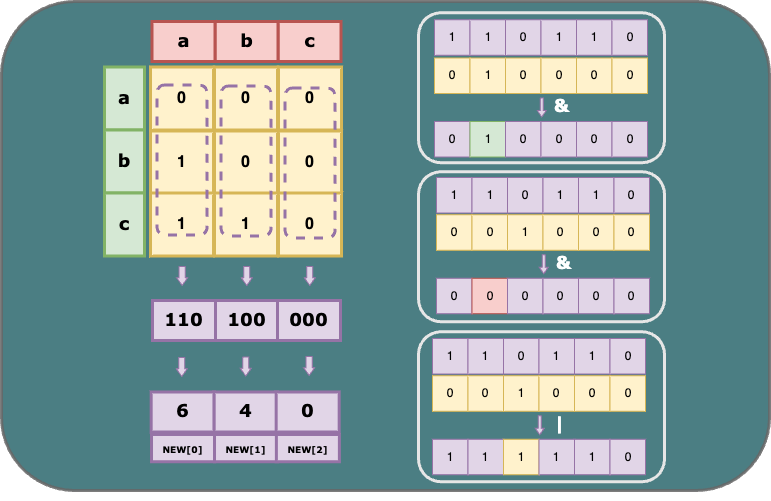
Earlier version of the draw.io export content/posts/C/bitwise-operation.png (Yukisschu/anhuigui). Source tidied: cells renumbered, new cells last; positions are measured from the earlier drawing's top-left corner, leaving out a move shared by most shapes.
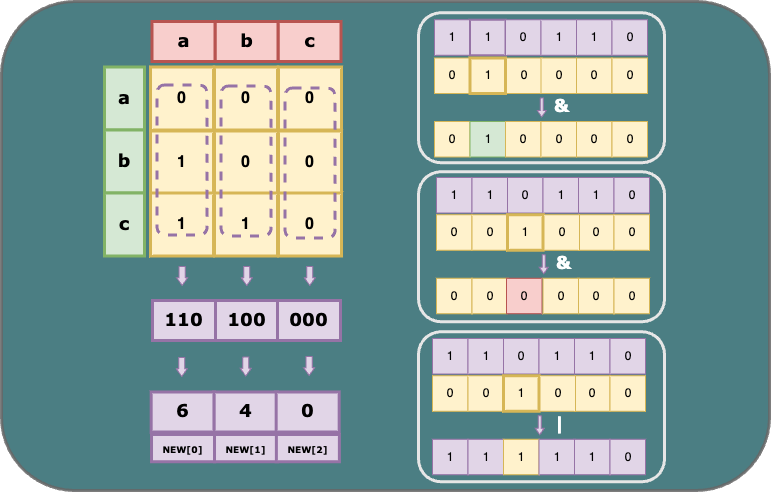
After the change.

Commit message:
update2: bitwise operations for tideman algorithm (#26)

Diff of the diagram source:
```diff
@@ -170,7 +170,7 @@
     <mxCell id="50" value="0" style="whiteSpace=wrap;html=1;fillColor=#fff2cc;strokeColor=#d6b656;" parent="1" vertex="1">
       <mxGeometry x="470.5" y="213.2" width="35.5" height="35.5" as="geometry" />
     </mxCell>
-    <mxCell id="51" value="1" style="whiteSpace=wrap;html=1;fillColor=#fff2cc;strokeColor=#d6b656;" parent="1" vertex="1">
+    <mxCell id="51" value="1" style="whiteSpace=wrap;html=1;fillColor=#fff2cc;strokeColor=#d6b656;strokeWidth=3;" parent="1" vertex="1">
       <mxGeometry x="506" y="213.2" width="35.5" height="35.5" as="geometry" />
     </mxCell>
     <mxCell id="52" value="0" style="whiteSpace=wrap;html=1;fillColor=#fff2cc;strokeColor=#d6b656;" parent="1" vertex="1">
@@ -180,27 +180,27 @@
       <mxGeometry x="612.5" y="213.2" width="35.5" height="35.5" as="geometry" />
     </mxCell>
     <mxCell id="54" value="0" style="whiteSpace=wrap;html=1;fillColor=#fff2cc;strokeColor=#d6b656;" parent="1" vertex="1">
-      <mxGeometry x="541.5" y="213.2" width="35.5" height="35.5" as="geometry" />
+      <mxGeometry x="542.5" y="213.2" width="35.5" height="35.5" as="geometry" />
     </mxCell>
     <mxCell id="55" value="&lt;b style=&quot;border-color: var(--border-color); font-family: Verdana; font-size: 18px;&quot;&gt;&amp;amp;&lt;/b&gt;" style="text;html=1;align=center;verticalAlign=middle;strokeColor=none;fillColor=none;fontSize=16;horizontal=1;fontColor=#FFFFFF;" parent="1" vertex="1">
       <mxGeometry x="541.5" y="241.7" width="40" height="40" as="geometry" />
     </mxCell>
-    <mxCell id="56" value="0" style="whiteSpace=wrap;html=1;fillColor=#e1d5e7;strokeColor=#9673a6;" parent="1" vertex="1">
+    <mxCell id="56" value="0" style="whiteSpace=wrap;html=1;fillColor=#fff2cc;strokeColor=#d6b656;" parent="1" vertex="1">
       <mxGeometry x="435" y="276.8" width="35.5" height="35.5" as="geometry" />
     </mxCell>
-    <mxCell id="57" value="0" style="whiteSpace=wrap;html=1;fillColor=#f8cecc;strokeColor=#b85450;" parent="1" vertex="1">
+    <mxCell id="57" value="0" style="whiteSpace=wrap;html=1;fillColor=#fff2cc;strokeColor=#d6b656;" parent="1" vertex="1">
       <mxGeometry x="470.5" y="276.8" width="35.5" height="35.5" as="geometry" />
     </mxCell>
-    <mxCell id="58" value="0" style="whiteSpace=wrap;html=1;fillColor=#e1d5e7;strokeColor=#9673a6;" parent="1" vertex="1">
-      <mxGeometry x="506" y="276.8" width="35.5" height="35.5" as="geometry" />
+    <mxCell id="58" value="0" style="whiteSpace=wrap;html=1;fillColor=#f8cecc;strokeColor=#b85450;" parent="1" vertex="1">
+      <mxGeometry x="505" y="276.8" width="35.5" height="35.5" as="geometry" />
     </mxCell>
-    <mxCell id="59" value="0" style="whiteSpace=wrap;html=1;fillColor=#e1d5e7;strokeColor=#9673a6;" parent="1" vertex="1">
+    <mxCell id="59" value="0" style="whiteSpace=wrap;html=1;fillColor=#fff2cc;strokeColor=#d6b656;" parent="1" vertex="1">
       <mxGeometry x="577" y="276.8" width="35.5" height="35.5" as="geometry" />
     </mxCell>
-    <mxCell id="60" value="0" style="whiteSpace=wrap;html=1;fillColor=#e1d5e7;strokeColor=#9673a6;" parent="1" vertex="1">
+    <mxCell id="60" value="0" style="whiteSpace=wrap;html=1;fillColor=#fff2cc;strokeColor=#d6b656;" parent="1" vertex="1">
       <mxGeometry x="612.5" y="276.8" width="35.5" height="35.5" as="geometry" />
     </mxCell>
-    <mxCell id="61" value="0" style="whiteSpace=wrap;html=1;fillColor=#e1d5e7;strokeColor=#9673a6;" parent="1" vertex="1">
+    <mxCell id="61" value="0" style="whiteSpace=wrap;html=1;fillColor=#fff2cc;strokeColor=#d6b656;" parent="1" vertex="1">
       <mxGeometry x="541.5" y="276.8" width="35.5" height="35.5" as="geometry" />
     </mxCell>
     <mxCell id="62" style="group;" parent="1" vertex="1">
@@ -212,7 +212,7 @@
     <mxCell id="64" value="1" style="whiteSpace=wrap;html=1;fillColor=#e1d5e7;strokeColor=#9673a6;" parent="62" vertex="1">
       <mxGeometry width="35.5" height="35.5" as="geometry" />
     </mxCell>
-    <mxCell id="65" value="1" style="whiteSpace=wrap;html=1;fillColor=#e1d5e7;strokeColor=#9673a6;" parent="62" vertex="1">
+    <mxCell id="65" value="1" style="whiteSpace=wrap;html=1;fillColor=#e1d5e7;strokeColor=#9673a6;strokeWidth=2;" parent="62" vertex="1">
       <mxGeometry x="35.5" width="35.5" height="35.5" as="geometry" />
     </mxCell>
     <mxCell id="66" value="0" style="whiteSpace=wrap;html=1;fillColor=#e1d5e7;strokeColor=#9673a6;" parent="62" vertex="1">
@@ -236,11 +236,11 @@
     <mxCell id="71" value="0" style="whiteSpace=wrap;html=1;fillColor=#fff2cc;strokeColor=#d6b656;" parent="1" vertex="1">
       <mxGeometry x="433" y="56.5" width="35.5" height="35.5" as="geometry" />
     </mxCell>
-    <mxCell id="72" value="1" style="whiteSpace=wrap;html=1;fillColor=#fff2cc;strokeColor=#d6b656;" parent="1" vertex="1">
+    <mxCell id="72" value="1" style="whiteSpace=wrap;html=1;fillColor=#fff2cc;strokeColor=#d6b656;strokeWidth=3;" parent="1" vertex="1">
       <mxGeometry x="468.5" y="56.5" width="35.5" height="35.5" as="geometry" />
     </mxCell>
     <mxCell id="73" value="0" style="whiteSpace=wrap;html=1;fillColor=#fff2cc;strokeColor=#d6b656;" parent="1" vertex="1">
-      <mxGeometry x="504" y="56.5" width="35.5" height="35.5" as="geometry" />
+      <mxGeometry x="505" y="56.5" width="35.5" height="35.5" as="geometry" />
     </mxCell>
     <mxCell id="74" value="0" style="whiteSpace=wrap;html=1;fillColor=#fff2cc;strokeColor=#d6b656;" parent="1" vertex="1">
       <mxGeometry x="575" y="56.5" width="35.5" height="35.5" as="geometry" />
@@ -254,22 +254,22 @@
     <mxCell id="77" value="&lt;b style=&quot;border-color: var(--border-color); font-family: Verdana; font-size: 18px;&quot;&gt;&amp;amp;&lt;/b&gt;" style="text;html=1;align=center;verticalAlign=middle;strokeColor=none;fillColor=none;fontSize=16;horizontal=1;fontColor=#FFFFFF;" parent="1" vertex="1">
       <mxGeometry x="539.5" y="85" width="40" height="40" as="geometry" />
     </mxCell>
-    <mxCell id="78" value="0" style="whiteSpace=wrap;html=1;fillColor=#e1d5e7;strokeColor=#9673a6;" parent="1" vertex="1">
+    <mxCell id="78" value="0" style="whiteSpace=wrap;html=1;fillColor=#fff2cc;strokeColor=#d6b656;" parent="1" vertex="1">
       <mxGeometry x="433" y="120" width="35.5" height="35.5" as="geometry" />
     </mxCell>
     <mxCell id="79" value="1" style="whiteSpace=wrap;html=1;fillColor=#d5e8d4;strokeColor=#82b366;" parent="1" vertex="1">
       <mxGeometry x="468.5" y="120" width="35.5" height="35.5" as="geometry" />
     </mxCell>
-    <mxCell id="80" value="0" style="whiteSpace=wrap;html=1;fillColor=#e1d5e7;strokeColor=#9673a6;" parent="1" vertex="1">
+    <mxCell id="80" value="0" style="whiteSpace=wrap;html=1;fillColor=#fff2cc;strokeColor=#d6b656;" parent="1" vertex="1">
       <mxGeometry x="504" y="120" width="35.5" height="35.5" as="geometry" />
     </mxCell>
-    <mxCell id="81" value="0" style="whiteSpace=wrap;html=1;fillColor=#e1d5e7;strokeColor=#9673a6;" parent="1" vertex="1">
+    <mxCell id="81" value="0" style="whiteSpace=wrap;html=1;fillColor=#fff2cc;strokeColor=#d6b656;" parent="1" vertex="1">
       <mxGeometry x="575" y="120" width="35.5" height="35.5" as="geometry" />
     </mxCell>
-    <mxCell id="82" value="0" style="whiteSpace=wrap;html=1;fillColor=#e1d5e7;strokeColor=#9673a6;" parent="1" vertex="1">
+    <mxCell id="82" value="0" style="whiteSpace=wrap;html=1;fillColor=#fff2cc;strokeColor=#d6b656;" parent="1" vertex="1">
       <mxGeometry x="610.5" y="120" width="35.5" height="35.5" as="geometry" />
     </mxCell>
-    <mxCell id="83" value="0" style="whiteSpace=wrap;html=1;fillColor=#e1d5e7;strokeColor=#9673a6;" parent="1" vertex="1">
+    <mxCell id="83" value="0" style="whiteSpace=wrap;html=1;fillColor=#fff2cc;strokeColor=#d6b656;" parent="1" vertex="1">
       <mxGeometry x="539.5" y="120" width="35.5" height="35.5" as="geometry" />
     </mxCell>
     <mxCell id="84" style="group;" parent="1" vertex="1">
@@ -305,7 +305,7 @@
     <mxCell id="93" value="0" style="whiteSpace=wrap;html=1;fillColor=#fff2cc;strokeColor=#d6b656;" parent="1" vertex="1">
       <mxGeometry x="466.5" y="374.2" width="35.5" height="35.5" as="geometry" />
     </mxCell>
-    <mxCell id="94" value="1" style="whiteSpace=wrap;html=1;fillColor=#fff2cc;strokeColor=#d6b656;" parent="1" vertex="1">
+    <mxCell id="94" value="1" style="whiteSpace=wrap;html=1;fillColor=#fff2cc;strokeColor=#d6b656;strokeWidth=3;" parent="1" vertex="1">
       <mxGeometry x="502" y="374.2" width="35.5" height="35.5" as="geometry" />
     </mxCell>
     <mxCell id="95" value="0" style="whiteSpace=wrap;html=1;fillColor=#fff2cc;strokeColor=#d6b656;" parent="1" vertex="1">
@@ -315,7 +315,7 @@
       <mxGeometry x="608.5" y="374.2" width="35.5" height="35.5" as="geometry" />
     </mxCell>
     <mxCell id="97" value="0" style="whiteSpace=wrap;html=1;fillColor=#fff2cc;strokeColor=#d6b656;" parent="1" vertex="1">
-      <mxGeometry x="537.5" y="374.2" width="35.5" height="35.5" as="geometry" />
+      <mxGeometry x="538.5" y="374.2" width="35.5" height="35.5" as="geometry" />
     </mxCell>
     <mxCell id="98" value="&lt;b style=&quot;border-color: var(--border-color); font-family: Verdana; font-size: 18px;&quot;&gt;|&lt;/b&gt;" style="text;html=1;align=center;verticalAlign=middle;strokeColor=none;fillColor=none;fontSize=16;horizontal=1;fontColor=#FFFFFF;" parent="1" vertex="1">
       <mxGeometry x="542.5" y="402.7" width="30" height="40" as="geometry" />
```
